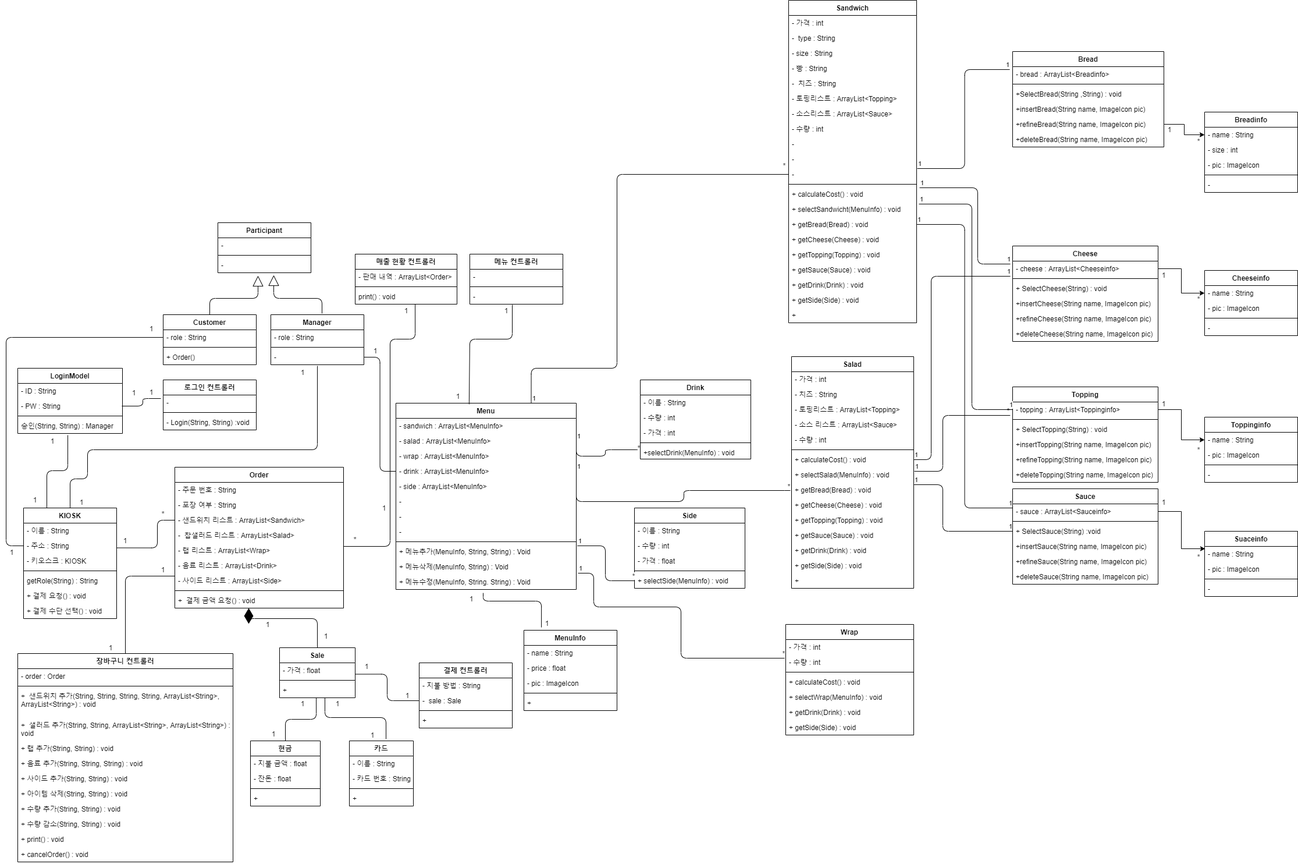
The draw.io diagram 상세명세서/Structural Model/Class Diagram2.png in distroytest/KNUSD-20202-Team05, before a commit. Source tidied: cells renumbered, new cells last; positions are measured from the earlier drawing's top-left corner, leaving out a move shared by most shapes.
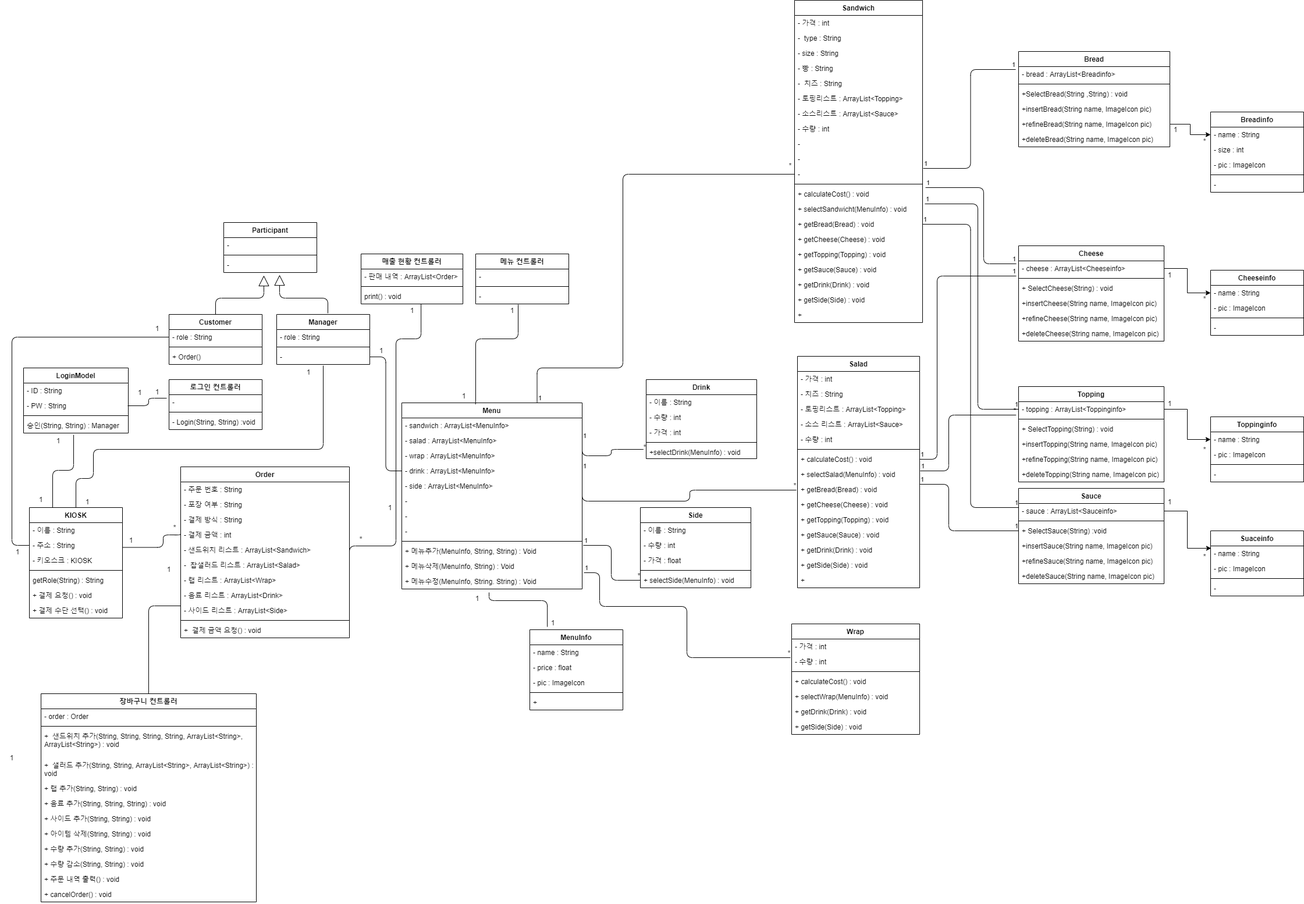
Later version of the same file.

Diff of the diagram source:
```diff
@@ -11,12 +11,13 @@
     <mxCell id="4" value="- 주소 : String&#10;" style="text;strokeColor=none;fillColor=none;align=left;verticalAlign=top;spacingLeft=4;spacingRight=4;overflow=hidden;points=[[0,0.5],[1,0.5]];portConstraint=eastwest;" parent="2" vertex="1">
       <mxGeometry y="52" width="160" height="26" as="geometry" />
     </mxCell>
-    <mxCell id="5" style="endArrow=none;html=1;edgeStyle=orthogonalEdgeStyle;entryX=0;entryY=0.5;entryDx=0;entryDy=0;" parent="2" edge="1" target="14">
+    <mxCell id="5" style="endArrow=none;html=1;edgeStyle=orthogonalEdgeStyle;entryX=0.75;entryY=1;entryDx=0;entryDy=0;" parent="2" edge="1" target="213">
       <mxGeometry relative="1" as="geometry">
         <mxPoint x="160" y="68.5" as="sourcePoint" />
         <Array as="points">
           <mxPoint x="230" y="69" />
-          <mxPoint x="230" y="21" />
+          <mxPoint x="230" y="47" />
+          <mxPoint x="260" y="47" />
         </Array>
       </mxGeometry>
     </mxCell>
@@ -36,7 +37,7 @@
       <mxGeometry y="164" width="160" height="26" as="geometry" />
     </mxCell>
     <mxCell id="11" value="Order" style="swimlane;fontStyle=1;align=center;verticalAlign=top;horizontal=1;startSize=26;" parent="1" vertex="1">
-      <mxGeometry x="300" y="802" width="290" height="242" as="geometry" />
+      <mxGeometry x="300" y="802" width="290" height="294" as="geometry" />
     </mxCell>
     <mxCell id="12" value="- 주문 번호 : String" style="text;strokeColor=none;fillColor=none;align=left;verticalAlign=top;spacingLeft=4;spacingRight=4;overflow=hidden;" parent="11" vertex="1">
       <mxGeometry y="26" width="290" height="26" as="geometry" />
@@ -44,29 +45,35 @@
     <mxCell id="13" value="- 포장 여부 : String" style="text;strokeColor=none;fillColor=none;align=left;verticalAlign=top;spacingLeft=4;spacingRight=4;overflow=hidden;" parent="11" vertex="1">
       <mxGeometry y="52" width="290" height="26" as="geometry" />
     </mxCell>
+    <mxCell id="299" value="- 결제 방식 : String" style="text;strokeColor=none;fillColor=none;align=left;verticalAlign=top;spacingLeft=4;spacingRight=4;overflow=hidden;" parent="11" vertex="1">
+      <mxGeometry y="78" width="290" height="26" as="geometry" />
+    </mxCell>
+    <mxCell id="300" value="- 결제 금액 : int" style="text;strokeColor=none;fillColor=none;align=left;verticalAlign=top;spacingLeft=4;spacingRight=4;overflow=hidden;" parent="11" vertex="1">
+      <mxGeometry y="104" width="290" height="26" as="geometry" />
+    </mxCell>
     <mxCell id="14" value="- 샌드위치 리스트 : ArrayList&lt;Sandwich&gt;" style="text;strokeColor=none;fillColor=none;align=left;verticalAlign=top;spacingLeft=4;spacingRight=4;overflow=hidden;points=[[0,0.5],[1,0.5]];portConstraint=eastwest;" parent="11" vertex="1">
-      <mxGeometry y="78" width="290" height="26" as="geometry" />
+      <mxGeometry y="130" width="290" height="26" as="geometry" />
     </mxCell>
     <mxCell id="15" value="-  찹샐러드 리스트 : ArrayList&lt;Salad&gt;" style="text;strokeColor=none;fillColor=none;align=left;verticalAlign=top;spacingLeft=4;spacingRight=4;overflow=hidden;" parent="11" vertex="1">
-      <mxGeometry y="104" width="290" height="26" as="geometry" />
+      <mxGeometry y="156" width="290" height="26" as="geometry" />
     </mxCell>
     <mxCell id="16" value="- 랩 리스트 : ArrayList&lt;Wrap&gt;" style="text;strokeColor=none;fillColor=none;align=left;verticalAlign=top;spacingLeft=4;spacingRight=4;overflow=hidden;points=[[0,0.5],[1,0.5]];portConstraint=eastwest;" parent="11" vertex="1">
-      <mxGeometry y="130" width="290" height="26" as="geometry" />
+      <mxGeometry y="182" width="290" height="26" as="geometry" />
     </mxCell>
     <mxCell id="17" value="- 음료 리스트 : ArrayList&lt;Drink&gt;" style="text;strokeColor=none;fillColor=none;align=left;verticalAlign=top;spacingLeft=4;spacingRight=4;overflow=hidden;" parent="11" vertex="1">
-      <mxGeometry y="156" width="290" height="26" as="geometry" />
+      <mxGeometry y="208" width="290" height="26" as="geometry" />
     </mxCell>
     <mxCell id="18" value="- 사이드 리스트 : ArrayList&lt;Side&gt;" style="text;strokeColor=none;fillColor=none;align=left;verticalAlign=top;spacingLeft=4;spacingRight=4;overflow=hidden;points=[[0,0.5],[1,0.5]];portConstraint=eastwest;" parent="11" vertex="1">
-      <mxGeometry y="182" width="290" height="26" as="geometry" />
+      <mxGeometry y="234" width="290" height="26" as="geometry" />
     </mxCell>
     <mxCell id="19" style="line;strokeWidth=1;fillColor=none;align=left;verticalAlign=middle;spacingTop=-1;spacingLeft=3;spacingRight=3;labelPosition=right;" parent="11" vertex="1">
-      <mxGeometry y="208" width="290" height="8" as="geometry" />
+      <mxGeometry y="260" width="290" height="8" as="geometry" />
     </mxCell>
     <mxCell id="20" value="+  결제 금액 요청() : void" style="text;strokeColor=none;fillColor=none;align=left;verticalAlign=top;spacingLeft=4;spacingRight=4;overflow=hidden;points=[[0,0.5],[1,0.5]];portConstraint=eastwest;" parent="11" vertex="1">
-      <mxGeometry y="216" width="290" height="26" as="geometry" />
+      <mxGeometry y="268" width="290" height="26" as="geometry" />
     </mxCell>
     <mxCell id="21" value="장바구니 컨트롤러" style="swimlane;fontStyle=1;align=center;verticalAlign=top;horizontal=1;startSize=26;" parent="1" vertex="1">
-      <mxGeometry x="30" y="1122" width="370" height="358" as="geometry" />
+      <mxGeometry x="60" y="1192" width="370" height="358" as="geometry" />
     </mxCell>
     <mxCell id="22" value="- order : Order" style="text;strokeColor=none;fillColor=none;align=left;verticalAlign=top;spacingLeft=4;spacingRight=4;overflow=hidden;" parent="21" vertex="1">
       <mxGeometry y="26" width="370" height="26" as="geometry" />
@@ -98,7 +105,7 @@
     <mxCell id="31" value="+ 수량 감소(String, String) : void" style="text;strokeColor=none;fillColor=none;align=left;verticalAlign=top;spacingLeft=4;spacingRight=4;overflow=hidden;" parent="21" vertex="1">
       <mxGeometry y="280" width="370" height="26" as="geometry" />
     </mxCell>
-    <mxCell id="32" value="+ print() : void" style="text;strokeColor=none;fillColor=none;align=left;verticalAlign=top;spacingLeft=4;spacingRight=4;overflow=hidden;" parent="21" vertex="1">
+    <mxCell id="32" value="+ 주문 내역 출력() : void" style="text;strokeColor=none;fillColor=none;align=left;verticalAlign=top;spacingLeft=4;spacingRight=4;overflow=hidden;" parent="21" vertex="1">
       <mxGeometry y="306" width="370" height="26" as="geometry" />
     </mxCell>
     <mxCell id="33" value="+ cancelOrder() : void" style="text;strokeColor=none;fillColor=none;align=left;verticalAlign=top;spacingLeft=4;spacingRight=4;overflow=hidden;" parent="21" vertex="1">
@@ -143,77 +150,6 @@
     <mxCell id="46" value="+ 메뉴수정(MenuInfo, String. String) : Void" style="text;strokeColor=none;fillColor=none;align=left;verticalAlign=top;spacingLeft=4;spacingRight=4;overflow=hidden;points=[[0,0.5],[1,0.5]];portConstraint=eastwest;" parent="34" vertex="1">
       <mxGeometry y="294" width="310" height="26" as="geometry" />
     </mxCell>
-    <mxCell id="47" value="Sale" style="swimlane;fontStyle=1;align=center;verticalAlign=top;horizontal=1;startSize=26;" parent="1" vertex="1">
-      <mxGeometry x="480" y="1112" width="130" height="86" as="geometry" />
-    </mxCell>
-    <mxCell id="48" value="- 가격 : float" style="text;strokeColor=none;fillColor=none;align=left;verticalAlign=top;spacingLeft=4;spacingRight=4;overflow=hidden;points=[[0,0.5],[1,0.5]];portConstraint=eastwest;" parent="47" vertex="1">
-      <mxGeometry y="26" width="130" height="26" as="geometry" />
-    </mxCell>
-    <mxCell id="49" style="line;strokeWidth=1;fillColor=none;align=left;verticalAlign=middle;spacingTop=-1;spacingLeft=3;spacingRight=3;labelPosition=right;" parent="47" vertex="1">
-      <mxGeometry y="52" width="130" height="8" as="geometry" />
-    </mxCell>
-    <mxCell id="50" value="+" style="text;strokeColor=none;fillColor=none;align=left;verticalAlign=top;spacingLeft=4;spacingRight=4;overflow=hidden;points=[[0,0.5],[1,0.5]];portConstraint=eastwest;" parent="47" vertex="1">
-      <mxGeometry y="60" width="130" height="26" as="geometry" />
-    </mxCell>
-    <mxCell id="51" value="현금" style="swimlane;fontStyle=1;align=center;verticalAlign=top;horizontal=1;startSize=26;" parent="1" vertex="1">
-      <mxGeometry x="430" y="1272" width="120" height="112" as="geometry" />
-    </mxCell>
-    <mxCell id="52" value="- 지불 금액 : float" style="text;strokeColor=none;fillColor=none;align=left;verticalAlign=top;spacingLeft=4;spacingRight=4;overflow=hidden;" parent="51" vertex="1">
-      <mxGeometry y="26" width="120" height="26" as="geometry" />
-    </mxCell>
-    <mxCell id="53" value="- 잔돈 : float" style="text;strokeColor=none;fillColor=none;align=left;verticalAlign=top;spacingLeft=4;spacingRight=4;overflow=hidden;" parent="51" vertex="1">
-      <mxGeometry y="52" width="120" height="26" as="geometry" />
-    </mxCell>
-    <mxCell id="54" style="line;strokeWidth=1;fillColor=none;align=left;verticalAlign=middle;spacingTop=-1;spacingLeft=3;spacingRight=3;labelPosition=right;" parent="51" vertex="1">
-      <mxGeometry y="78" width="120" height="8" as="geometry" />
-    </mxCell>
-    <mxCell id="55" value="+" style="text;strokeColor=none;fillColor=none;align=left;verticalAlign=top;spacingLeft=4;spacingRight=4;overflow=hidden;" parent="51" vertex="1">
-      <mxGeometry y="86" width="120" height="26" as="geometry" />
-    </mxCell>
-    <mxCell id="56" value="카드" style="swimlane;fontStyle=1;align=center;verticalAlign=top;horizontal=1;startSize=26;" parent="1" vertex="1">
-      <mxGeometry x="600" y="1272" width="110" height="112" as="geometry" />
-    </mxCell>
-    <mxCell id="57" value="- 이름 : String" style="text;strokeColor=none;fillColor=none;align=left;verticalAlign=top;spacingLeft=4;spacingRight=4;overflow=hidden;" parent="56" vertex="1">
-      <mxGeometry y="26" width="110" height="26" as="geometry" />
-    </mxCell>
-    <mxCell id="58" value="- 카드 번호 : String" style="text;strokeColor=none;fillColor=none;align=left;verticalAlign=top;spacingLeft=4;spacingRight=4;overflow=hidden;" parent="56" vertex="1">
-      <mxGeometry y="52" width="110" height="26" as="geometry" />
-    </mxCell>
-    <mxCell id="59" style="line;strokeWidth=1;fillColor=none;align=left;verticalAlign=middle;spacingTop=-1;spacingLeft=3;spacingRight=3;labelPosition=right;" parent="56" vertex="1">
-      <mxGeometry y="78" width="110" height="8" as="geometry" />
-    </mxCell>
-    <mxCell id="60" value="+" style="text;strokeColor=none;fillColor=none;align=left;verticalAlign=top;spacingLeft=4;spacingRight=4;overflow=hidden;" parent="56" vertex="1">
-      <mxGeometry y="86" width="110" height="26" as="geometry" />
-    </mxCell>
-    <mxCell id="61" style="endArrow=diamondThin;endFill=1;endSize=24;html=1;exitX=0.5;exitY=0;exitDx=0;exitDy=0;entryX=0.438;entryY=1;entryDx=0;entryDy=0;entryPerimeter=0;" parent="1" edge="1" source="47" target="20">
-      <mxGeometry relative="1" as="geometry">
-        <Array as="points">
-          <mxPoint x="545" y="1062" />
-          <mxPoint x="427" y="1062" />
-        </Array>
-      </mxGeometry>
-    </mxCell>
-    <mxCell id="62" value="1" style="text;html=1;strokeColor=none;fillColor=none;align=center;verticalAlign=middle;whiteSpace=wrap;rounded=0;" parent="1" vertex="1">
-      <mxGeometry x="440" y="1062" width="40" height="20" as="geometry" />
-    </mxCell>
-    <mxCell id="63" value="1" style="text;html=1;strokeColor=none;fillColor=none;align=center;verticalAlign=middle;whiteSpace=wrap;rounded=0;" parent="1" vertex="1">
-      <mxGeometry x="540" y="1082" width="40" height="20" as="geometry" />
-    </mxCell>
-    <mxCell id="64" value="결제 컨트롤러" style="swimlane;fontStyle=1;align=center;verticalAlign=top;horizontal=1;startSize=26;" parent="1" vertex="1">
-      <mxGeometry x="720" y="1138" width="160" height="112" as="geometry" />
-    </mxCell>
-    <mxCell id="65" value="- 지불 방법 : String" style="text;strokeColor=none;fillColor=none;align=left;verticalAlign=top;spacingLeft=4;spacingRight=4;overflow=hidden;" parent="64" vertex="1">
-      <mxGeometry y="26" width="160" height="26" as="geometry" />
-    </mxCell>
-    <mxCell id="66" value="-  sale : Sale" style="text;strokeColor=none;fillColor=none;align=left;verticalAlign=top;spacingLeft=4;spacingRight=4;overflow=hidden;points=[[0,0.5],[1,0.5]];portConstraint=eastwest;" parent="64" vertex="1">
-      <mxGeometry y="52" width="160" height="26" as="geometry" />
-    </mxCell>
-    <mxCell id="67" style="line;strokeWidth=1;fillColor=none;align=left;verticalAlign=middle;spacingTop=-1;spacingLeft=3;spacingRight=3;labelPosition=right;" parent="64" vertex="1">
-      <mxGeometry y="78" width="160" height="8" as="geometry" />
-    </mxCell>
-    <mxCell id="68" value="+" style="text;strokeColor=none;fillColor=none;align=left;verticalAlign=top;spacingLeft=4;spacingRight=4;overflow=hidden;" parent="64" vertex="1">
-      <mxGeometry y="86" width="160" height="26" as="geometry" />
-    </mxCell>
     <mxCell id="69" value="LoginModel" style="swimlane;fontStyle=1;align=center;verticalAlign=top;horizontal=1;startSize=26;" parent="1" vertex="1">
       <mxGeometry x="30" y="632" width="180" height="112" as="geometry" />
     </mxCell>
@@ -613,9 +549,6 @@
     <mxCell id="197" value="1" style="text;html=1;strokeColor=none;fillColor=none;align=center;verticalAlign=middle;whiteSpace=wrap;rounded=0;" parent="1" vertex="1">
       <mxGeometry x="677.5" y="523" width="40" height="20" as="geometry" />
     </mxCell>
-    <mxCell id="198" value="1" style="text;html=1;strokeColor=none;fillColor=none;align=center;verticalAlign=middle;whiteSpace=wrap;rounded=0;" parent="1" vertex="1">
-      <mxGeometry x="620" y="1252" width="40" height="20" as="geometry" />
-    </mxCell>
     <mxCell id="199" style="endArrow=none;html=1;edgeStyle=orthogonalEdgeStyle;exitX=0.5;exitY=0;exitDx=0;exitDy=0;entryX=0.5;entryY=1.077;entryDx=0;entryDy=0;entryPerimeter=0;" parent="1" edge="1" source="2" target="81">
       <mxGeometry relative="1" as="geometry">
         <Array as="points">
@@ -677,34 +610,24 @@
       <mxGeometry x="120" y="852" width="40" height="20" as="geometry" />
     </mxCell>
     <mxCell id="211" style="endArrow=none;html=1;edgeStyle=orthogonalEdgeStyle;entryX=0;entryY=0.192;entryDx=0;entryDy=0;entryPerimeter=0;exitX=0.5;exitY=0;exitDx=0;exitDy=0;" parent="1" edge="1" source="21" target="18">
-      <mxGeometry relative="1" as="geometry" />
+      <mxGeometry relative="1" as="geometry">
+        <Array as="points">
+          <mxPoint x="245" y="1041" />
+        </Array>
+      </mxGeometry>
     </mxCell>
     <mxCell id="212" value="1" style="text;html=1;strokeColor=none;fillColor=none;align=center;verticalAlign=middle;whiteSpace=wrap;rounded=0;" parent="1" vertex="1">
       <mxGeometry x="195" y="918" width="40" height="20" as="geometry" />
     </mxCell>
     <mxCell id="213" value="*" style="text;html=1;strokeColor=none;fillColor=none;align=center;verticalAlign=middle;whiteSpace=wrap;rounded=0;" parent="1" vertex="1">
-      <mxGeometry x="260" y="872" width="40" height="20" as="geometry" />
+      <mxGeometry x="270" y="896" width="40" height="20" as="geometry" />
     </mxCell>
     <mxCell id="214" value="1" style="text;html=1;strokeColor=none;fillColor=none;align=center;verticalAlign=middle;whiteSpace=wrap;rounded=0;" parent="1" vertex="1">
       <mxGeometry x="260" y="968" width="40" height="20" as="geometry" />
     </mxCell>
     <mxCell id="215" value="1" style="text;html=1;strokeColor=none;fillColor=none;align=center;verticalAlign=middle;whiteSpace=wrap;rounded=0;" parent="1" vertex="1">
-      <mxGeometry x="170" y="1102" width="40" height="20" as="geometry" />
+      <mxGeometry x="-10" y="1292" width="40" height="20" as="geometry" />
     </mxCell>
-    <mxCell id="216" style="endArrow=none;html=1;edgeStyle=orthogonalEdgeStyle;exitX=0.5;exitY=0;exitDx=0;exitDy=0;entryX=0.485;entryY=1;entryDx=0;entryDy=0;entryPerimeter=0;" parent="1" edge="1" source="51" target="50">
-      <mxGeometry relative="1" as="geometry" />
-    </mxCell>
-    <mxCell id="217" style="endArrow=none;html=1;edgeStyle=orthogonalEdgeStyle;entryX=0.573;entryY=-0.027;entryDx=0;entryDy=0;entryPerimeter=0;" parent="1" edge="1" source="50" target="56">
-      <mxGeometry relative="1" as="geometry">
-        <Array as="points">
-          <mxPoint x="558" y="1232" />
-          <mxPoint x="663" y="1232" />
-        </Array>
-      </mxGeometry>
-    </mxCell>
-    <mxCell id="218" style="endArrow=none;html=1;edgeStyle=orthogonalEdgeStyle;exitX=1;exitY=0.75;exitDx=0;exitDy=0;exitPerimeter=0;entryX=0;entryY=0.5;entryDx=0;entryDy=0;" parent="1" edge="1" source="48" target="66">
-      <mxGeometry relative="1" as="geometry" />
-    </mxCell>
     <mxCell id="219" style="endArrow=none;html=1;edgeStyle=orthogonalEdgeStyle;exitX=1;exitY=0.5;exitDx=0;exitDy=0;entryX=0;entryY=0.5;entryDx=0;entryDy=0;" parent="1" edge="1" source="81" target="38">
       <mxGeometry relative="1" as="geometry" />
     </mxCell>
@@ -734,21 +657,6 @@
         </Array>
       </mxGeometry>
     </mxCell>
-    <mxCell id="223" value="1" style="text;html=1;strokeColor=none;fillColor=none;align=center;verticalAlign=middle;whiteSpace=wrap;rounded=0;" parent="1" vertex="1">
-      <mxGeometry x="560" y="1198" width="40" height="20" as="geometry" />
-    </mxCell>
-    <mxCell id="224" value="1" style="text;html=1;strokeColor=none;fillColor=none;align=center;verticalAlign=middle;whiteSpace=wrap;rounded=0;" parent="1" vertex="1">
-      <mxGeometry x="500" y="1198" width="40" height="20" as="geometry" />
-    </mxCell>
-    <mxCell id="225" value="1" style="text;html=1;strokeColor=none;fillColor=none;align=center;verticalAlign=middle;whiteSpace=wrap;rounded=0;" parent="1" vertex="1">
-      <mxGeometry x="450" y="1250" width="40" height="20" as="geometry" />
-    </mxCell>
-    <mxCell id="226" value="1" style="text;html=1;strokeColor=none;fillColor=none;align=center;verticalAlign=middle;whiteSpace=wrap;rounded=0;" parent="1" vertex="1">
-      <mxGeometry x="610" y="1134" width="40" height="20" as="geometry" />
-    </mxCell>
-    <mxCell id="227" value="1" style="text;html=1;strokeColor=none;fillColor=none;align=center;verticalAlign=middle;whiteSpace=wrap;rounded=0;" parent="1" vertex="1">
-      <mxGeometry x="680" y="1184" width="40" height="20" as="geometry" />
-    </mxCell>
     <mxCell id="228" value="1" style="text;html=1;strokeColor=none;fillColor=none;align=center;verticalAlign=middle;whiteSpace=wrap;rounded=0;" parent="1" vertex="1">
       <mxGeometry x="625" y="592" width="40" height="20" as="geometry" />
     </mxCell>
```
